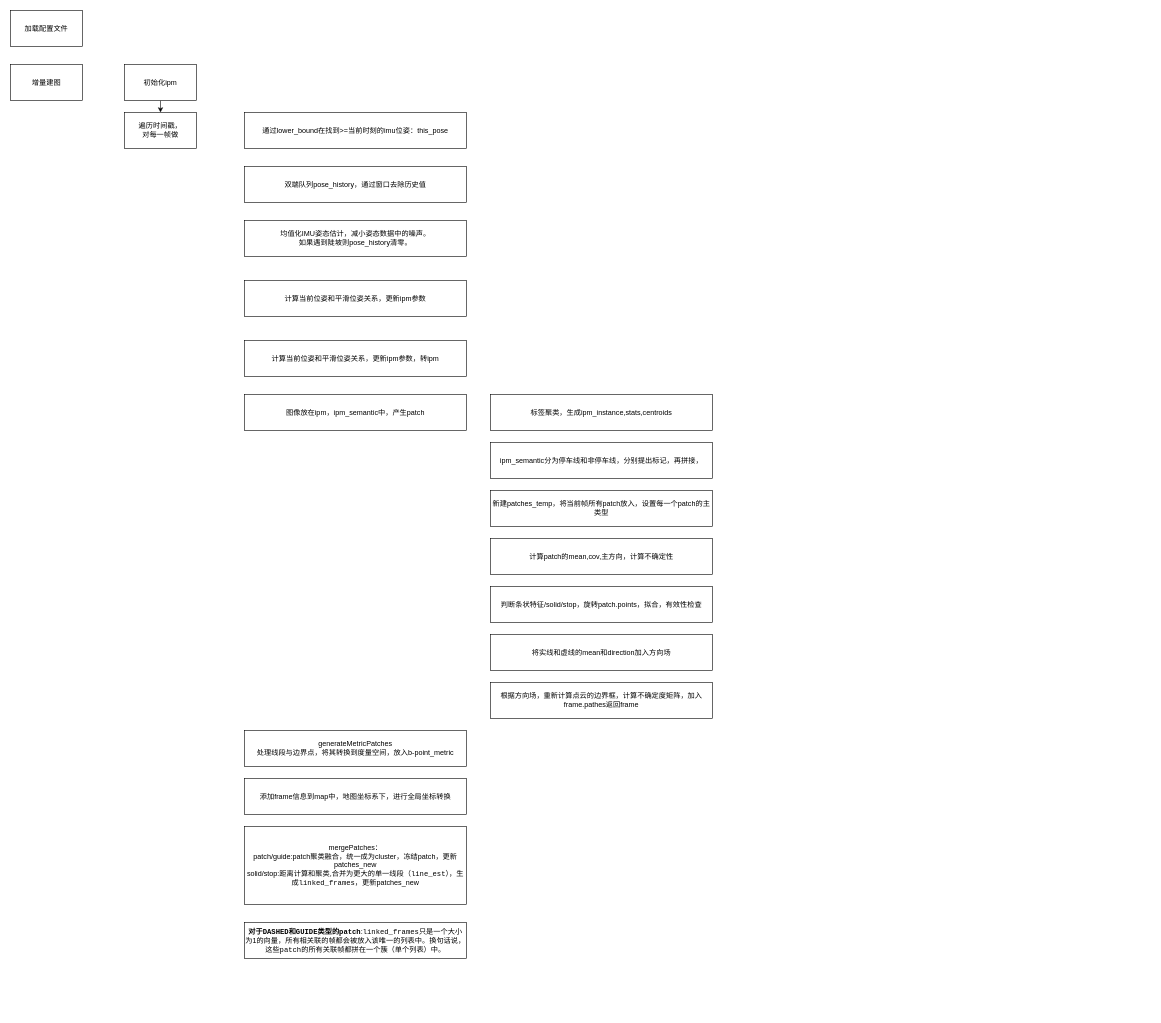
countsp/RoadLib keeps this draw.io diagram as flowchart.drawio. Above is the earlier version. Source tidied: cells renumbered, new cells numbered last; positions are measured from the earlier drawing's top-left corner, leaving out a move shared by most shapes. Both pictures are drawn from the tidied source at 60%, with x=0, y=0 at pixel (10, 10).
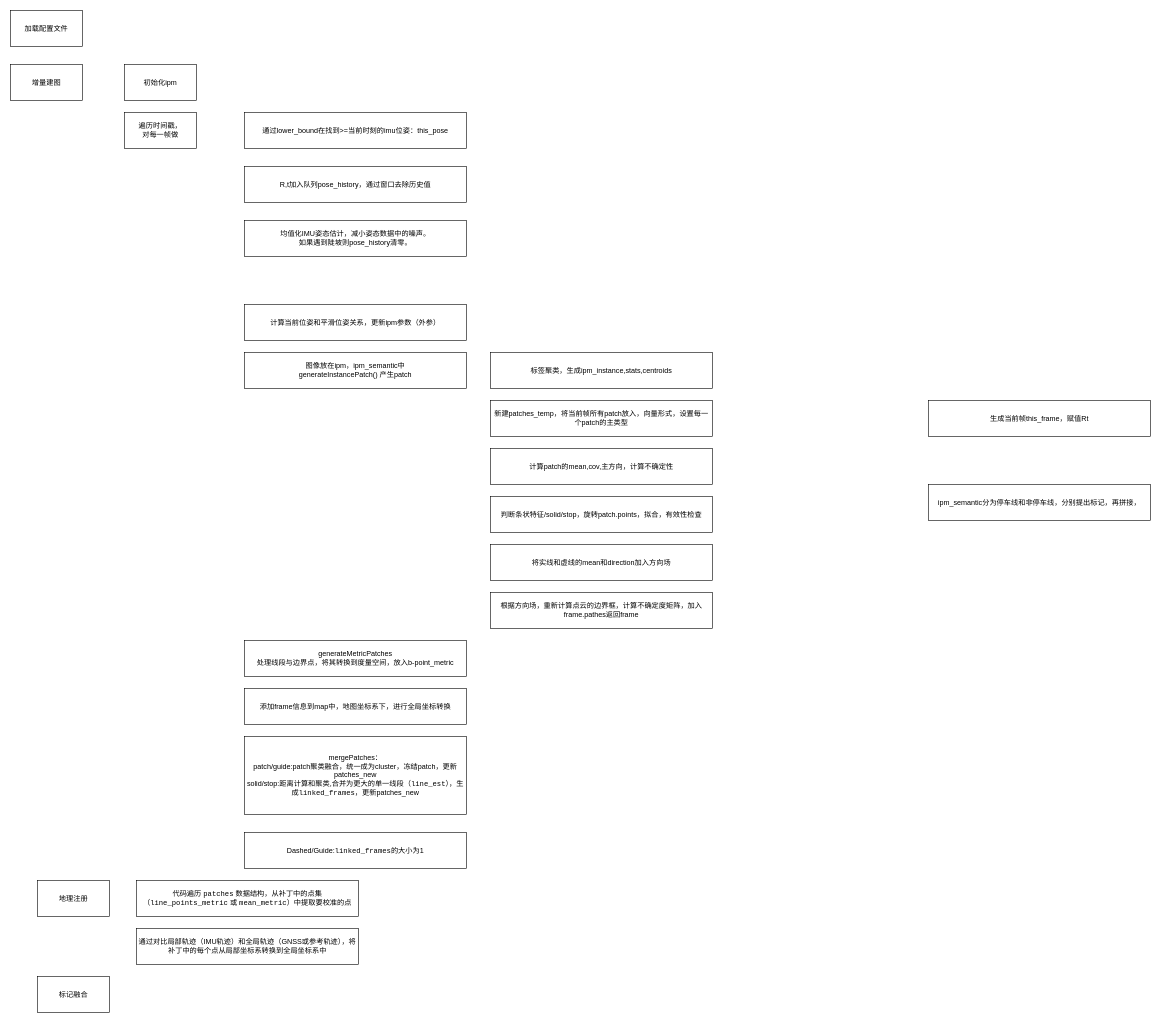
Above is the later version.

Unchanged cells that the change refers to:
```xml
<mxCell id="5" value="初始化ipm" style="rounded=0;whiteSpace=wrap;html=1;" parent="1" vertex="1">
  <mxGeometry x="190" y="90" width="120" height="60" as="geometry" />
</mxCell>
<mxCell id="6" value="&lt;div&gt;遍历时间戳，&lt;/div&gt;&lt;div&gt;对每一帧做&lt;/div&gt;" style="rounded=0;whiteSpace=wrap;html=1;" parent="1" vertex="1">
  <mxGeometry x="190" y="170" width="120" height="60" as="geometry" />
</mxCell>
```

What changed in the source:
```diff
@@
-    <mxCell id="4" style="edgeStyle=orthogonalEdgeStyle;rounded=0;jettySize=auto;html=1;exitX=0.5;exitY=1;exitDx=0;exitDy=0;entryX=0.5;entryY=0;entryDx=0;entryDy=0;" parent="1" edge="1" source="5" target="6">
-      <mxGeometry relative="1" as="geometry" />
-    </mxCell>
@@
-    <mxCell id="7" value="通过lower_bound在找到&amp;gt;=当前时刻的imu位姿：this_pose" style="rounded=0;whiteSpace=wrap;html=1;" parent="1" vertex="1">
+    <mxCell id="7" value="&lt;div&gt;通过lower_bound在找到&amp;gt;=当前时刻的imu位姿：this_pose&lt;/div&gt;" style="rounded=0;whiteSpace=wrap;html=1;" parent="1" vertex="1">
       <mxGeometry x="390" y="170" width="370" height="60" as="geometry" />
     </mxCell>
-    <mxCell id="8" value="双端队列pose_history，通过窗口去除历史值" style="rounded=0;whiteSpace=wrap;html=1;" parent="1" vertex="1">
+    <mxCell id="8" value="R,t加入队列pose_history，通过窗口去除历史值" style="rounded=0;whiteSpace=wrap;html=1;" parent="1" vertex="1">
       <mxGeometry x="390" y="260" width="370" height="60" as="geometry" />
     </mxCell>
@@
-    <mxCell id="10" value="计算当前位姿和平滑位姿关系，更新ipm参数" style="rounded=0;whiteSpace=wrap;html=1;" parent="1" vertex="1">
-      <mxGeometry x="390" y="450" width="370" height="60" as="geometry" />
+    <mxCell id="10" value="计算当前位姿和平滑位姿关系，更新ipm参数（外参）" style="rounded=0;whiteSpace=wrap;html=1;" parent="1" vertex="1">
+      <mxGeometry x="390" y="490" width="370" height="60" as="geometry" />
     </mxCell>
-    <mxCell id="11" value="计算当前位姿和平滑位姿关系，更新ipm参数，转ipm" style="rounded=0;whiteSpace=wrap;html=1;" parent="1" vertex="1">
-      <mxGeometry x="390" y="550" width="370" height="60" as="geometry" />
-    </mxCell>
-    <mxCell id="12" value="&lt;div&gt;图像放在ipm，ipm_semantic中，产生patch&lt;/div&gt;" style="rounded=0;whiteSpace=wrap;html=1;" parent="1" vertex="1">
-      <mxGeometry x="390" y="640" width="370" height="60" as="geometry" />
+    <mxCell id="12" value="&lt;div&gt;图像放在ipm，ipm_semantic中&lt;/div&gt;&lt;div&gt;generateInstancePatch() 产生patch&lt;/div&gt;" style="rounded=0;whiteSpace=wrap;html=1;" parent="1" vertex="1">
+      <mxGeometry x="390" y="570" width="370" height="60" as="geometry" />
     </mxCell>
     <mxCell id="13" value="标签聚类，生成ipm_instance,stats,centroids" style="rounded=0;whiteSpace=wrap;html=1;" parent="1" vertex="1">
-      <mxGeometry x="800" y="640" width="370" height="60" as="geometry" />
+      <mxGeometry x="800" y="570" width="370" height="60" as="geometry" />
     </mxCell>
     <mxCell id="14" value="ipm_semantic分为停车线和非停车线，分别提出标记，再拼接，" style="rounded=0;whiteSpace=wrap;html=1;" parent="1" vertex="1">
-      <mxGeometry x="800" y="720" width="370" height="60" as="geometry" />
+      <mxGeometry x="1530" y="790" width="370" height="60" as="geometry" />
     </mxCell>
-    <mxCell id="15" value="新建patches_temp，将当前帧所有patch放入，设置每一个patch的主类型" style="rounded=0;whiteSpace=wrap;html=1;" parent="1" vertex="1">
-      <mxGeometry x="800" y="800" width="370" height="60" as="geometry" />
+    <mxCell id="15" value="新建patches_temp，将当前帧所有patch放入，向量形式，设置每一个patch的主类型" style="rounded=0;whiteSpace=wrap;html=1;" parent="1" vertex="1">
+      <mxGeometry x="800" y="650" width="370" height="60" as="geometry" />
     </mxCell>
     <mxCell id="16" value="计算patch的mean,cov,主方向，计算不确定性" style="rounded=0;whiteSpace=wrap;html=1;" parent="1" vertex="1">
-      <mxGeometry x="800" y="880" width="370" height="60" as="geometry" />
+      <mxGeometry x="800" y="730" width="370" height="60" as="geometry" />
     </mxCell>
     <mxCell id="17" value="判断条状特征/solid/stop，旋转patch.points，拟合，有效性检查" style="rounded=0;whiteSpace=wrap;html=1;" parent="1" vertex="1">
-      <mxGeometry x="800" y="960" width="370" height="60" as="geometry" />
+      <mxGeometry x="800" y="810" width="370" height="60" as="geometry" />
     </mxCell>
     <mxCell id="18" value="将实线和虚线的mean和direction加入方向场" style="rounded=0;whiteSpace=wrap;html=1;" parent="1" vertex="1">
-      <mxGeometry x="800" y="1040" width="370" height="60" as="geometry" />
+      <mxGeometry x="800" y="890" width="370" height="60" as="geometry" />
     </mxCell>
     <mxCell id="19" value="根据方向场，重新计算点云的边界框，计算不确定度矩阵，加入frame.pathes返回frame" style="rounded=0;whiteSpace=wrap;html=1;" parent="1" vertex="1">
-      <mxGeometry x="800" y="1120" width="370" height="60" as="geometry" />
+      <mxGeometry x="800" y="970" width="370" height="60" as="geometry" />
     </mxCell>
     <mxCell id="20" value="generateMetricPatches&lt;br&gt;处理线段与边界点，将其转换到度量空间，放入b-point_metric" style="rounded=0;whiteSpace=wrap;html=1;" parent="1" vertex="1">
-      <mxGeometry x="390" y="1200" width="370" height="60" as="geometry" />
+      <mxGeometry x="390" y="1050" width="370" height="60" as="geometry" />
     </mxCell>
     <mxCell id="21" value="添加frame信息到map中，地图坐标系下，进行全局坐标转换" style="rounded=0;whiteSpace=wrap;html=1;" parent="1" vertex="1">
-      <mxGeometry x="390" y="1280" width="370" height="60" as="geometry" />
+      <mxGeometry x="390" y="1130" width="370" height="60" as="geometry" />
     </mxCell>
     <mxCell id="22" value="&lt;div&gt;mergePatches：&lt;/div&gt;&lt;div&gt;patch/guide:patch聚类融合，统一成为cluster，冻结patch，更新patches_new&lt;/div&gt;&lt;div&gt;solid/stop:距离计算和聚类,合并为更大的单一线段（&lt;code&gt;line_est&lt;/code&gt;），生成&lt;code&gt;linked_frames，&lt;/code&gt;更新patches_new&lt;/div&gt;" style="rounded=0;whiteSpace=wrap;html=1;" parent="1" vertex="1">
-      <mxGeometry x="390" y="1360" width="370" height="130" as="geometry" />
+      <mxGeometry x="390" y="1210" width="370" height="130" as="geometry" />
     </mxCell>
-    <mxCell id="23" value="&lt;strong&gt;对于&lt;code&gt;DASHED&lt;/code&gt;和&lt;code&gt;GUIDE&lt;/code&gt;类型的&lt;code&gt;patch&lt;/code&gt;&lt;/strong&gt;:&lt;code&gt;linked_frames&lt;/code&gt;只是一个大小为1的向量，所有相关联的帧都会被放入该唯一的列表中。换句话说，这些&lt;code&gt;patch&lt;/code&gt;的所有关联帧都拼在一个簇（单个列表）中。" style="rounded=0;whiteSpace=wrap;html=1;" parent="1" vertex="1">
-      <mxGeometry x="390" y="1520" width="370" height="60" as="geometry" />
+    <mxCell id="23" value="&lt;div&gt;Dashed/Guide:&lt;code&gt;linked_frames&lt;/code&gt;的大小为1&lt;/div&gt;" style="rounded=0;whiteSpace=wrap;html=1;" parent="1" vertex="1">
+      <mxGeometry x="390" y="1370" width="370" height="60" as="geometry" />
     </mxCell>
+    <mxCell id="24" value="&lt;div&gt;地理注册&lt;/div&gt;" style="rounded=0;whiteSpace=wrap;html=1;" parent="1" vertex="1">
+      <mxGeometry x="45" y="1450" width="120" height="60" as="geometry" />
+    </mxCell>
+    <mxCell id="25" value="代码遍历 &lt;code&gt;patches&lt;/code&gt; 数据结构，从补丁中的点集（&lt;code&gt;line_points_metric&lt;/code&gt; 或 &lt;code&gt;mean_metric&lt;/code&gt;）中提取要校准的点" style="rounded=0;whiteSpace=wrap;html=1;" parent="1" vertex="1">
+      <mxGeometry x="210" y="1450" width="370" height="60" as="geometry" />
+    </mxCell>
+    <mxCell id="26" value="通过对比局部轨迹（IMU轨迹）和全局轨迹（GNSS或参考轨迹），将补丁中的每个点从局部坐标系转换到全局坐标系中" style="rounded=0;whiteSpace=wrap;html=1;" parent="1" vertex="1">
+      <mxGeometry x="210" y="1530" width="370" height="60" as="geometry" />
+    </mxCell>
+    <mxCell id="27" value="标记融合" style="rounded=0;whiteSpace=wrap;html=1;" parent="1" vertex="1">
+      <mxGeometry x="45" y="1610" width="120" height="60" as="geometry" />
+    </mxCell>
+    <mxCell id="28" value="&lt;div&gt;生成当前帧this_frame，赋值Rt&lt;/div&gt;" style="rounded=0;whiteSpace=wrap;html=1;" parent="1" vertex="1">
+      <mxGeometry x="1530" y="650" width="370" height="60" as="geometry" />
+    </mxCell>
```
